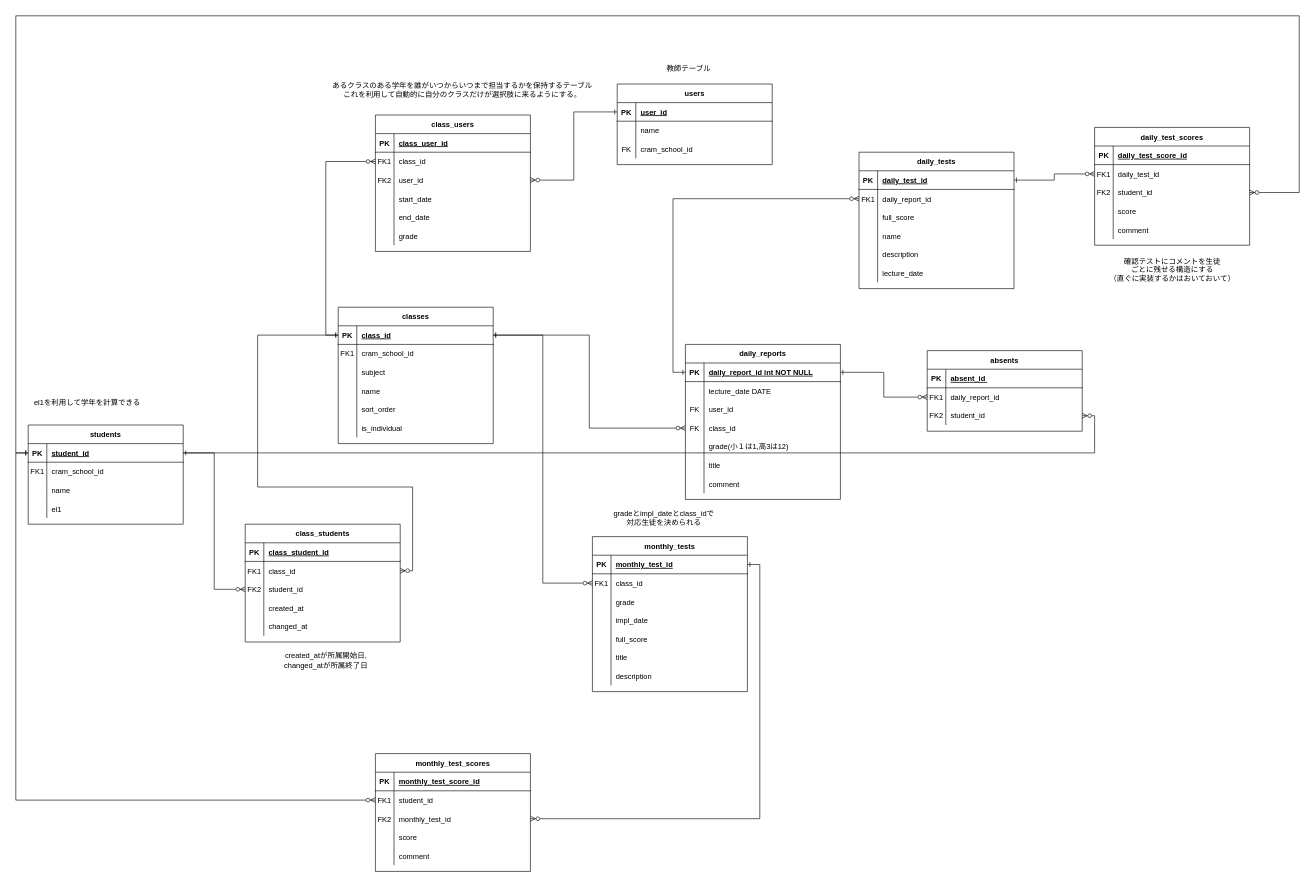
Earlier version of the draw.io diagram daily_report_ER_diagram.drawio (satoru817/4eachkeijiban). Source tidied: cells renumbered, new cells numbered last; positions are measured from the earlier drawing's top-left corner, leaving out a move shared by most shapes. Both pictures are drawn from the tidied source at 62%, with x=0, y=0 at pixel (16, 16).
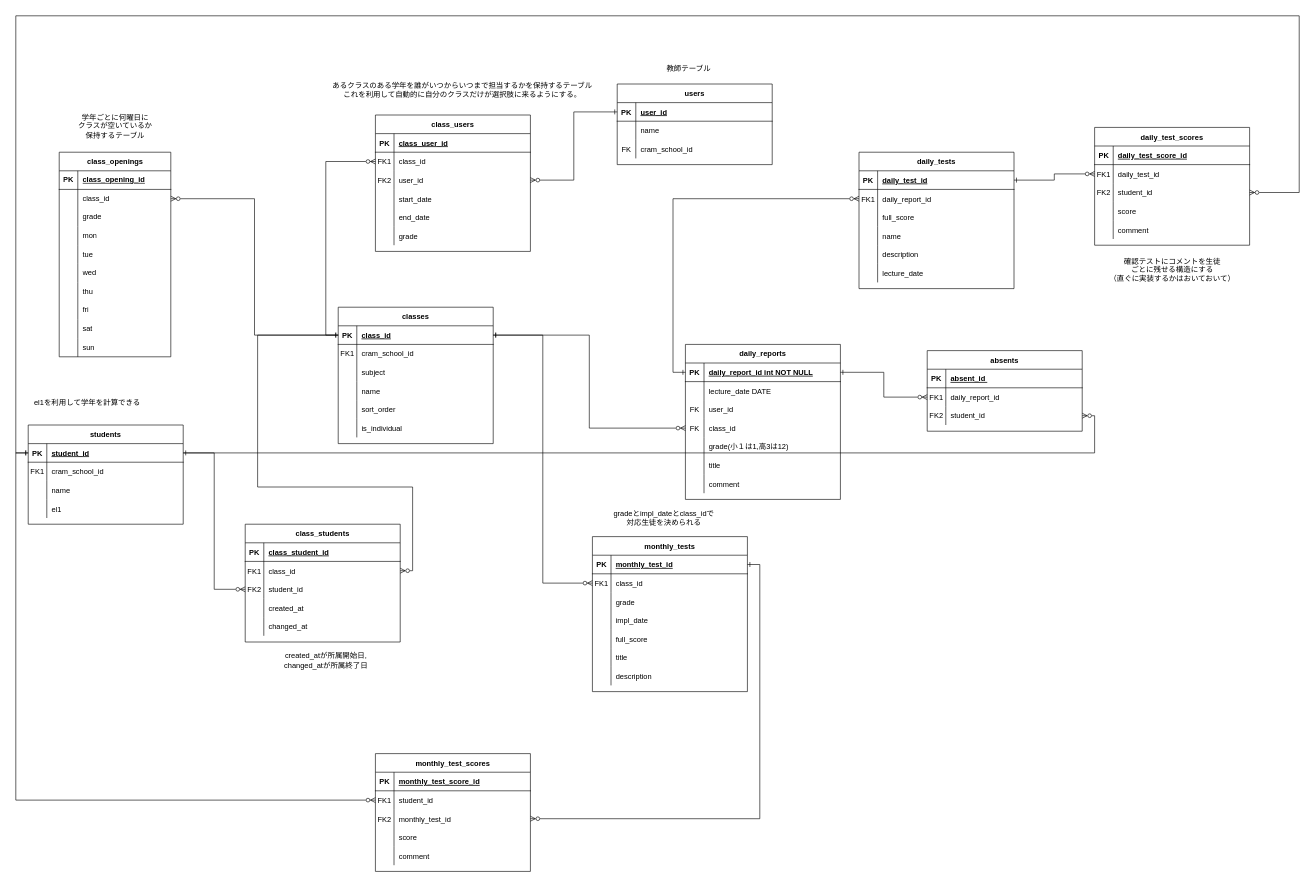
The same diagram, later.

Commit message:
daily_report_ER_diagram.drawio を更新します

Unchanged cells that the change refers to:
```xml
<mxCell id="55" style="shape=partialRectangle;fillColor=none;points=[[0,0.5],[1,0.5]];portConstraint=eastwest;top=0;left=0;right=0;bottom=1;" parent="54" vertex="1">
  <mxGeometry y="30" width="250" height="30" as="geometry" />
</mxCell>
```

What changed in the source:
```diff
@@
+    <mxCell id="203" value="class_openings" style="shape=table;startSize=30;childLayout=tableLayout;rowLines=0;fontStyle=1;align=center;html=1;" parent="1" vertex="1">
+      <mxGeometry x="70" y="220" width="180" height="330" as="geometry" />
+    </mxCell>
+    <mxCell id="204" style="shape=tableRow;horizontal=0;startSize=0;swimlaneHead=0;swimlaneBody=0;fillColor=none;top=0;left=0;right=0;bottom=1;" parent="203" vertex="1">
+      <mxGeometry y="30" width="180" height="30" as="geometry" />
+    </mxCell>
+    <mxCell id="205" value="PK" style="shape=partialRectangle;fillColor=none;top=0;left=0;bottom=0;right=0;fontStyle=1;overflow=hidden;whiteSpace=wrap;html=1;" parent="204" vertex="1">
+      <mxGeometry width="30" height="30" as="geometry" />
+    </mxCell>
+    <mxCell id="206" value="class_opening_id" style="shape=partialRectangle;fillColor=none;top=0;left=0;bottom=0;right=0;align=left;spacingLeft=6;fontStyle=5;overflow=hidden;whiteSpace=wrap;html=1;" parent="204" vertex="1">
+      <mxGeometry x="30" width="150" height="30" as="geometry" />
+    </mxCell>
+    <mxCell id="207" style="shape=tableRow;horizontal=0;startSize=0;swimlaneHead=0;swimlaneBody=0;fillColor=none;points=[[0,0.5],[1,0.5]];portConstraint=eastwest;top=0;left=0;right=0;bottom=0;" parent="203" vertex="1">
+      <mxGeometry y="60" width="180" height="30" as="geometry" />
+    </mxCell>
+    <mxCell id="208" style="shape=partialRectangle;fillColor=none;top=0;left=0;bottom=0;right=0;overflow=hidden;whiteSpace=wrap;html=1;" parent="207" vertex="1">
+      <mxGeometry width="30" height="30" as="geometry" />
+    </mxCell>
+    <mxCell id="209" value="class_id" style="shape=partialRectangle;fillColor=none;top=0;left=0;bottom=0;right=0;align=left;spacingLeft=6;overflow=hidden;whiteSpace=wrap;html=1;" parent="207" vertex="1">
+      <mxGeometry x="30" width="150" height="30" as="geometry" />
+    </mxCell>
+    <mxCell id="210" style="shape=tableRow;horizontal=0;startSize=0;swimlaneHead=0;swimlaneBody=0;fillColor=none;top=0;left=0;right=0;bottom=0;" parent="203" vertex="1">
+      <mxGeometry y="90" width="180" height="30" as="geometry" />
+    </mxCell>
+    <mxCell id="211" style="shape=partialRectangle;fillColor=none;top=0;left=0;bottom=0;right=0;overflow=hidden;whiteSpace=wrap;html=1;" parent="210" vertex="1">
+      <mxGeometry width="30" height="30" as="geometry" />
+    </mxCell>
+    <mxCell id="212" value="grade" style="shape=partialRectangle;fillColor=none;top=0;left=0;bottom=0;right=0;align=left;spacingLeft=6;overflow=hidden;whiteSpace=wrap;html=1;" parent="210" vertex="1">
+      <mxGeometry x="30" width="150" height="30" as="geometry" />
+    </mxCell>
+    <mxCell id="213" style="shape=tableRow;horizontal=0;startSize=0;swimlaneHead=0;swimlaneBody=0;fillColor=none;top=0;left=0;right=0;bottom=0;" parent="203" vertex="1">
+      <mxGeometry y="120" width="180" height="30" as="geometry" />
+    </mxCell>
+    <mxCell id="214" style="shape=partialRectangle;fillColor=none;top=0;left=0;bottom=0;right=0;overflow=hidden;whiteSpace=wrap;html=1;" parent="213" vertex="1">
+      <mxGeometry width="30" height="30" as="geometry" />
+    </mxCell>
+    <mxCell id="215" value="mon" style="shape=partialRectangle;fillColor=none;top=0;left=0;bottom=0;right=0;align=left;spacingLeft=6;overflow=hidden;whiteSpace=wrap;html=1;" parent="213" vertex="1">
+      <mxGeometry x="30" width="150" height="30" as="geometry" />
+    </mxCell>
+    <mxCell id="216" style="shape=tableRow;horizontal=0;startSize=0;swimlaneHead=0;swimlaneBody=0;fillColor=none;top=0;left=0;right=0;bottom=0;" parent="203" vertex="1">
+      <mxGeometry y="150" width="180" height="30" as="geometry" />
+    </mxCell>
+    <mxCell id="217" style="shape=partialRectangle;fillColor=none;top=0;left=0;bottom=0;right=0;overflow=hidden;whiteSpace=wrap;html=1;" parent="216" vertex="1">
+      <mxGeometry width="30" height="30" as="geometry" />
+    </mxCell>
+    <mxCell id="218" value="tue" style="shape=partialRectangle;fillColor=none;top=0;left=0;bottom=0;right=0;align=left;spacingLeft=6;overflow=hidden;whiteSpace=wrap;html=1;" parent="216" vertex="1">
+      <mxGeometry x="30" width="150" height="30" as="geometry" />
+    </mxCell>
+    <mxCell id="219" style="shape=tableRow;horizontal=0;startSize=0;swimlaneHead=0;swimlaneBody=0;fillColor=none;top=0;left=0;right=0;bottom=0;" parent="203" vertex="1">
+      <mxGeometry y="180" width="180" height="30" as="geometry" />
+    </mxCell>
+    <mxCell id="220" style="shape=partialRectangle;fillColor=none;top=0;left=0;bottom=0;right=0;overflow=hidden;whiteSpace=wrap;html=1;" parent="219" vertex="1">
+      <mxGeometry width="30" height="30" as="geometry" />
+    </mxCell>
+    <mxCell id="221" value="wed" style="shape=partialRectangle;fillColor=none;top=0;left=0;bottom=0;right=0;align=left;spacingLeft=6;overflow=hidden;whiteSpace=wrap;html=1;" parent="219" vertex="1">
+      <mxGeometry x="30" width="150" height="30" as="geometry" />
+    </mxCell>
+    <mxCell id="222" style="shape=tableRow;horizontal=0;startSize=0;swimlaneHead=0;swimlaneBody=0;fillColor=none;top=0;left=0;right=0;bottom=0;" parent="203" vertex="1">
+      <mxGeometry y="210" width="180" height="30" as="geometry" />
+    </mxCell>
+    <mxCell id="223" style="shape=partialRectangle;fillColor=none;top=0;left=0;bottom=0;right=0;overflow=hidden;whiteSpace=wrap;html=1;" parent="222" vertex="1">
+      <mxGeometry width="30" height="30" as="geometry" />
+    </mxCell>
+    <mxCell id="224" value="thu" style="shape=partialRectangle;fillColor=none;top=0;left=0;bottom=0;right=0;align=left;spacingLeft=6;overflow=hidden;whiteSpace=wrap;html=1;" parent="222" vertex="1">
+      <mxGeometry x="30" width="150" height="30" as="geometry" />
+    </mxCell>
+    <mxCell id="225" style="shape=tableRow;horizontal=0;startSize=0;swimlaneHead=0;swimlaneBody=0;fillColor=none;top=0;left=0;right=0;bottom=0;" parent="203" vertex="1">
+      <mxGeometry y="240" width="180" height="30" as="geometry" />
+    </mxCell>
+    <mxCell id="226" style="shape=partialRectangle;fillColor=none;top=0;left=0;bottom=0;right=0;overflow=hidden;whiteSpace=wrap;html=1;" parent="225" vertex="1">
+      <mxGeometry width="30" height="30" as="geometry" />
+    </mxCell>
+    <mxCell id="227" value="fri" style="shape=partialRectangle;fillColor=none;top=0;left=0;bottom=0;right=0;align=left;spacingLeft=6;overflow=hidden;whiteSpace=wrap;html=1;" parent="225" vertex="1">
+      <mxGeometry x="30" width="150" height="30" as="geometry" />
+    </mxCell>
+    <mxCell id="228" style="shape=tableRow;horizontal=0;startSize=0;swimlaneHead=0;swimlaneBody=0;fillColor=none;top=0;left=0;right=0;bottom=0;" parent="203" vertex="1">
+      <mxGeometry y="270" width="180" height="30" as="geometry" />
+    </mxCell>
+    <mxCell id="229" style="shape=partialRectangle;fillColor=none;top=0;left=0;bottom=0;right=0;overflow=hidden;whiteSpace=wrap;html=1;" parent="228" vertex="1">
+      <mxGeometry width="30" height="30" as="geometry" />
+    </mxCell>
+    <mxCell id="230" value="sat" style="shape=partialRectangle;fillColor=none;top=0;left=0;bottom=0;right=0;align=left;spacingLeft=6;overflow=hidden;whiteSpace=wrap;html=1;" parent="228" vertex="1">
+      <mxGeometry x="30" width="150" height="30" as="geometry" />
+    </mxCell>
+    <mxCell id="231" style="shape=tableRow;horizontal=0;startSize=0;swimlaneHead=0;swimlaneBody=0;fillColor=none;top=0;left=0;right=0;bottom=0;" parent="203" vertex="1">
+      <mxGeometry y="300" width="180" height="30" as="geometry" />
+    </mxCell>
+    <mxCell id="232" style="shape=partialRectangle;fillColor=none;top=0;left=0;bottom=0;right=0;overflow=hidden;whiteSpace=wrap;html=1;" parent="231" vertex="1">
+      <mxGeometry width="30" height="30" as="geometry" />
+    </mxCell>
+    <mxCell id="233" value="sun" style="shape=partialRectangle;fillColor=none;top=0;left=0;bottom=0;right=0;align=left;spacingLeft=6;overflow=hidden;whiteSpace=wrap;html=1;" parent="231" vertex="1">
+      <mxGeometry x="30" width="150" height="30" as="geometry" />
+    </mxCell>
+    <mxCell id="234" style="edgeStyle=orthogonalEdgeStyle;rounded=0;jettySize=auto;html=1;exitX=0;exitY=0.5;exitDx=0;exitDy=0;entryX=1;entryY=0.5;entryDx=0;entryDy=0;endArrow=ERzeroToMany;endFill=0;" parent="1" edge="1" source="55" target="207">
+      <mxGeometry relative="1" as="geometry" />
+    </mxCell>
+    <mxCell id="235" value="学年ごとに何曜日に&lt;div&gt;クラスが空いているか&lt;/div&gt;&lt;div&gt;保持するテーブル&lt;/div&gt;&lt;div&gt;&lt;br&gt;&lt;/div&gt;" style="text;html=1;align=center;verticalAlign=middle;strokeColor=none;fillColor=none;" parent="1" vertex="1">
+      <mxGeometry x="90" y="150" width="140" height="70" as="geometry" />
+    </mxCell>
```
